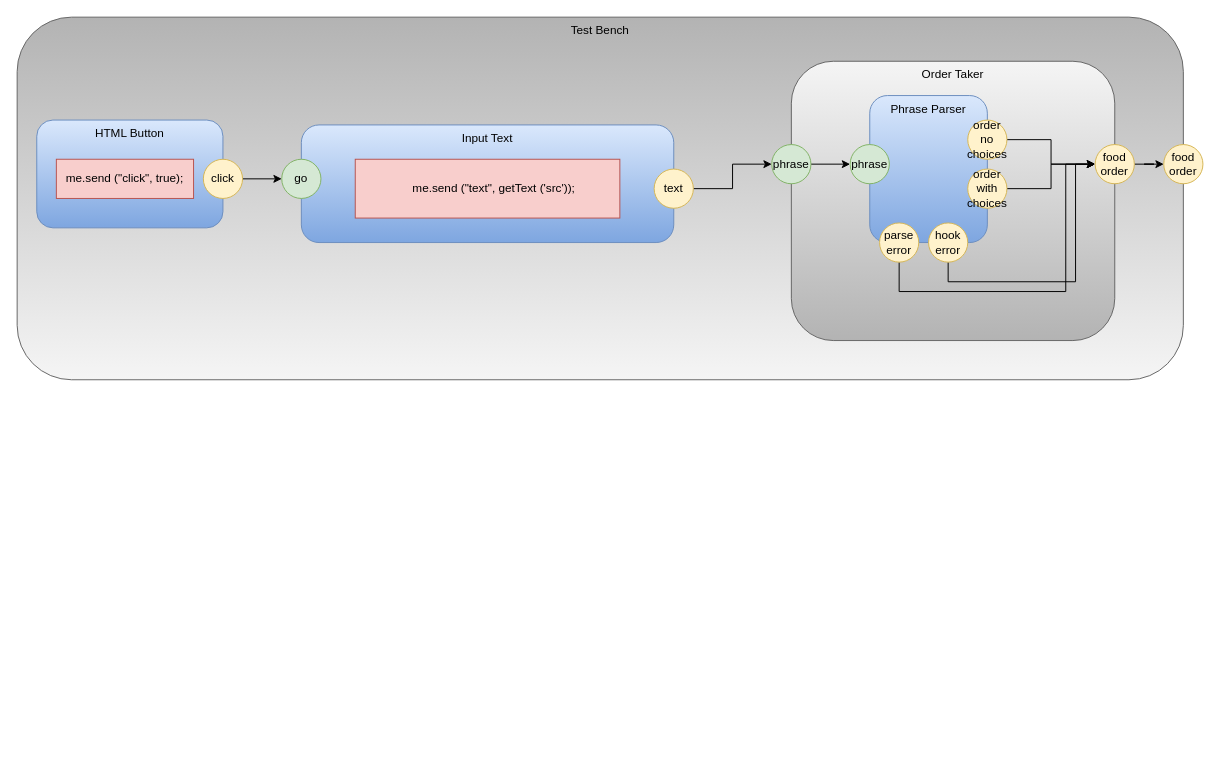
The draw.io diagram testbench.drawio in guitarvydas/hamburgerworkbenchD0D, before the edit. Source tidied: cells renumbered, new cells numbered last; positions are measured from the earlier drawing's top-left corner, leaving out a move shared by most shapes. Both pictures are drawn from the tidied source at 98%, with x=0, y=0 at pixel (17, 17).
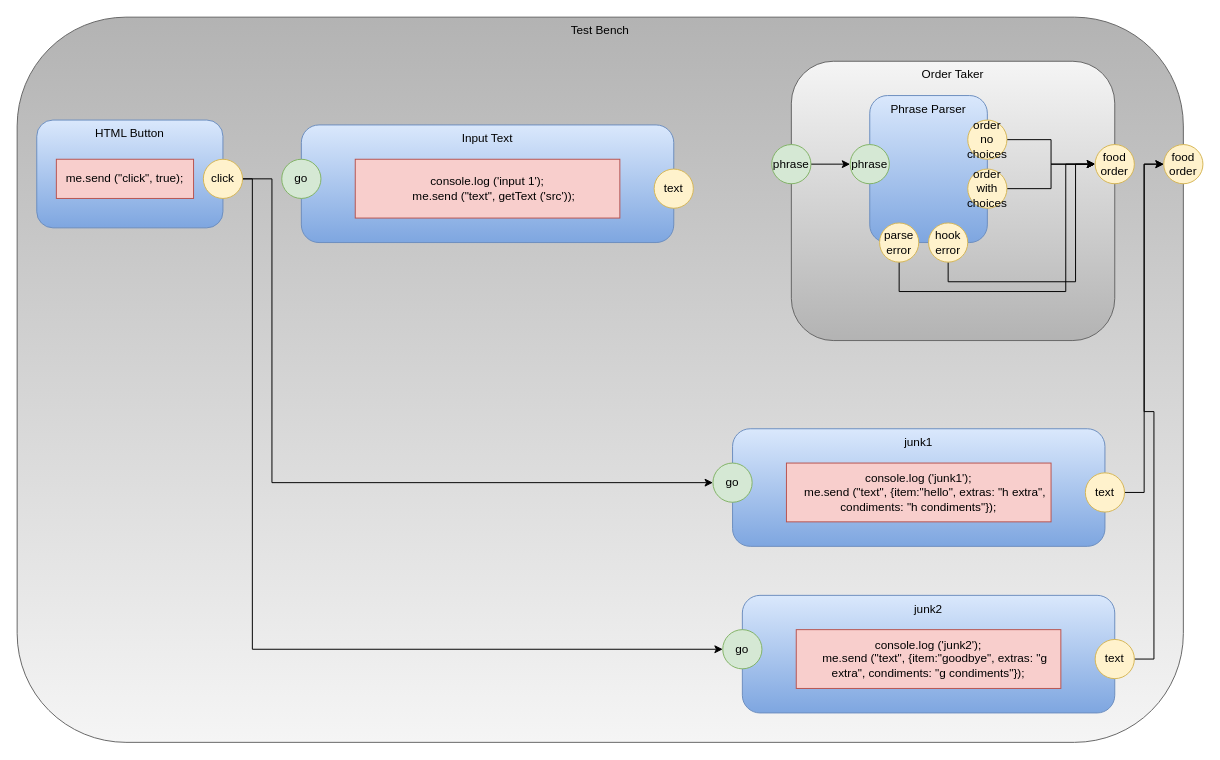
The same page after the edit.

Unchanged cells that the change refers to:
```xml
<mxCell id="5" value="food order" style="ellipse;whiteSpace=wrap;html=1;fillColor=#fff2cc;strokeColor=#d6b656;" parent="1" vertex="1">
  <mxGeometry x="1100" y="130" width="40" height="40" as="geometry" />
</mxCell>
<mxCell id="7" value="phrase" style="ellipse;whiteSpace=wrap;html=1;fillColor=#d5e8d4;strokeColor=#82b366;" parent="1" vertex="1">
  <mxGeometry x="770" y="130" width="40" height="40" as="geometry" />
</mxCell>
<mxCell id="10" value="click" style="ellipse;whiteSpace=wrap;html=1;fillColor=#fff2cc;strokeColor=#d6b656;" parent="1" vertex="1">
  <mxGeometry x="190" y="145" width="40" height="40" as="geometry" />
</mxCell>
<mxCell id="13" value="text" style="ellipse;whiteSpace=wrap;html=1;fillColor=#fff2cc;strokeColor=#d6b656;" parent="1" vertex="1">
  <mxGeometry x="650" y="155" width="40" height="40" as="geometry" />
</mxCell>
<mxCell id="14" value="go" style="ellipse;whiteSpace=wrap;html=1;fillColor=#d5e8d4;strokeColor=#82b366;" parent="1" vertex="1">
  <mxGeometry x="270" y="145" width="40" height="40" as="geometry" />
</mxCell>
<mxCell id="15" value="food order" style="ellipse;whiteSpace=wrap;html=1;fillColor=#fff2cc;strokeColor=#d6b656;" parent="1" vertex="1">
  <mxGeometry x="1170" y="130" width="40" height="40" as="geometry" />
</mxCell>
```

What changed in the source:
```diff
@@
     <mxCell id="2" value="Test Bench" style="rounded=1;whiteSpace=wrap;html=1;horizontal=1;verticalAlign=top;gradientColor=#b3b3b3;fillColor=#f5f5f5;strokeColor=#666666;gradientDirection=north;" parent="1" vertex="1">
-      <mxGeometry width="1190" height="370" as="geometry" />
+      <mxGeometry width="1190" height="740" as="geometry" />
     </mxCell>
@@
-    <mxCell id="4" style="edgeStyle=orthogonalEdgeStyle;rounded=0;jettySize=auto;html=1;exitX=1;exitY=0.5;exitDx=0;exitDy=0;" parent="1" edge="1" source="5" target="15">
-      <mxGeometry relative="1" as="geometry" />
-    </mxCell>
@@
-    <mxCell id="9" style="edgeStyle=orthogonalEdgeStyle;rounded=0;jettySize=auto;html=1;exitX=1;exitY=0.5;exitDx=0;exitDy=0;entryX=0;entryY=0.5;entryDx=0;entryDy=0;" parent="1" edge="1" source="10" target="14">
-      <mxGeometry relative="1" as="geometry" />
-    </mxCell>
+    <mxCell id="28" style="edgeStyle=orthogonalEdgeStyle;rounded=0;jettySize=auto;html=1;exitX=1;exitY=0.5;exitDx=0;exitDy=0;entryX=0;entryY=0.5;entryDx=0;entryDy=0;" parent="1" edge="1" source="10" target="33">
+      <mxGeometry relative="1" as="geometry">
+        <Array as="points">
+          <mxPoint x="260" y="165" />
+          <mxPoint x="260" y="475" />
+        </Array>
+      </mxGeometry>
+    </mxCell>
+    <mxCell id="29" style="edgeStyle=orthogonalEdgeStyle;rounded=0;jettySize=auto;html=1;exitX=1;exitY=0.5;exitDx=0;exitDy=0;entryX=0;entryY=0.5;entryDx=0;entryDy=0;" parent="1" edge="1" source="10" target="38">
+      <mxGeometry relative="1" as="geometry">
+        <Array as="points">
+          <mxPoint x="240" y="165" />
+          <mxPoint x="240" y="645" />
+        </Array>
+      </mxGeometry>
+    </mxCell>
@@
-    <mxCell id="12" style="edgeStyle=orthogonalEdgeStyle;rounded=0;jettySize=auto;html=1;exitX=1;exitY=0.5;exitDx=0;exitDy=0;entryX=0;entryY=0.5;entryDx=0;entryDy=0;" parent="1" edge="1" source="13" target="7">
-      <mxGeometry relative="1" as="geometry" />
-    </mxCell>
@@
-    <mxCell id="27" value="&lt;div&gt;&amp;nbsp; &amp;nbsp; me.send (&quot;text&quot;, getText ('src'));&lt;/div&gt;" style="rounded=0;whiteSpace=wrap;html=1;fillColor=#f8cecc;strokeColor=#b85450;" parent="1" vertex="1">
+    <mxCell id="27" value="&lt;div&gt;console.log ('input 1');&lt;/div&gt;&lt;div&gt;&amp;nbsp; &amp;nbsp; me.send (&quot;text&quot;, getText ('src'));&lt;/div&gt;" style="rounded=0;whiteSpace=wrap;html=1;fillColor=#f8cecc;strokeColor=#b85450;" parent="1" vertex="1">
       <mxGeometry x="345" y="145" width="270" height="60" as="geometry" />
     </mxCell>
+    <mxCell id="30" value="junk1" style="rounded=1;whiteSpace=wrap;html=1;fillColor=#dae8fc;strokeColor=#6c8ebf;gradientColor=#7ea6e0;verticalAlign=top;" parent="1" vertex="1">
+      <mxGeometry x="730" y="420" width="380" height="120" as="geometry" />
+    </mxCell>
+    <mxCell id="31" style="edgeStyle=orthogonalEdgeStyle;rounded=0;jettySize=auto;html=1;exitX=1;exitY=0.5;exitDx=0;exitDy=0;entryX=0;entryY=0.5;entryDx=0;entryDy=0;" parent="1" edge="1" source="32" target="15">
+      <mxGeometry relative="1" as="geometry" />
+    </mxCell>
+    <mxCell id="32" value="text" style="ellipse;whiteSpace=wrap;html=1;fillColor=#fff2cc;strokeColor=#d6b656;" parent="1" vertex="1">
+      <mxGeometry x="1090" y="465" width="40" height="40" as="geometry" />
+    </mxCell>
+    <mxCell id="33" value="go" style="ellipse;whiteSpace=wrap;html=1;fillColor=#d5e8d4;strokeColor=#82b366;" parent="1" vertex="1">
+      <mxGeometry x="710" y="455" width="40" height="40" as="geometry" />
+    </mxCell>
+    <mxCell id="34" value="&lt;div&gt;console.log ('junk1');&lt;/div&gt;&lt;div&gt;&amp;nbsp; &amp;nbsp; me.send (&quot;text&quot;, {item:&quot;hello&quot;, extras: &quot;h extra&quot;, condiments: &quot;h condiments&quot;});&lt;/div&gt;" style="rounded=0;whiteSpace=wrap;html=1;fillColor=#f8cecc;strokeColor=#b85450;" parent="1" vertex="1">
+      <mxGeometry x="785" y="455" width="270" height="60" as="geometry" />
+    </mxCell>
+    <mxCell id="35" value="junk2" style="rounded=1;whiteSpace=wrap;html=1;fillColor=#dae8fc;strokeColor=#6c8ebf;gradientColor=#7ea6e0;verticalAlign=top;" parent="1" vertex="1">
+      <mxGeometry x="740" y="590" width="380" height="120" as="geometry" />
+    </mxCell>
+    <mxCell id="36" style="edgeStyle=orthogonalEdgeStyle;rounded=0;jettySize=auto;html=1;exitX=1;exitY=0.5;exitDx=0;exitDy=0;entryX=0;entryY=0.5;entryDx=0;entryDy=0;" parent="1" edge="1" source="37" target="15">
+      <mxGeometry relative="1" as="geometry" />
+    </mxCell>
+    <mxCell id="37" value="text" style="ellipse;whiteSpace=wrap;html=1;fillColor=#fff2cc;strokeColor=#d6b656;" parent="1" vertex="1">
+      <mxGeometry x="1100" y="635" width="40" height="40" as="geometry" />
+    </mxCell>
+    <mxCell id="38" value="go" style="ellipse;whiteSpace=wrap;html=1;fillColor=#d5e8d4;strokeColor=#82b366;" parent="1" vertex="1">
+      <mxGeometry x="720" y="625" width="40" height="40" as="geometry" />
+    </mxCell>
+    <mxCell id="39" value="&lt;div&gt;console.log ('junk2');&lt;/div&gt;&lt;div&gt;&amp;nbsp; &amp;nbsp; me.send (&quot;text&quot;, {item:&quot;goodbye&quot;, extras: &quot;g extra&quot;, condiments: &quot;g condiments&quot;});&lt;/div&gt;" style="rounded=0;whiteSpace=wrap;html=1;fillColor=#f8cecc;strokeColor=#b85450;" parent="1" vertex="1">
+      <mxGeometry x="795" y="625" width="270" height="60" as="geometry" />
+    </mxCell>
```
